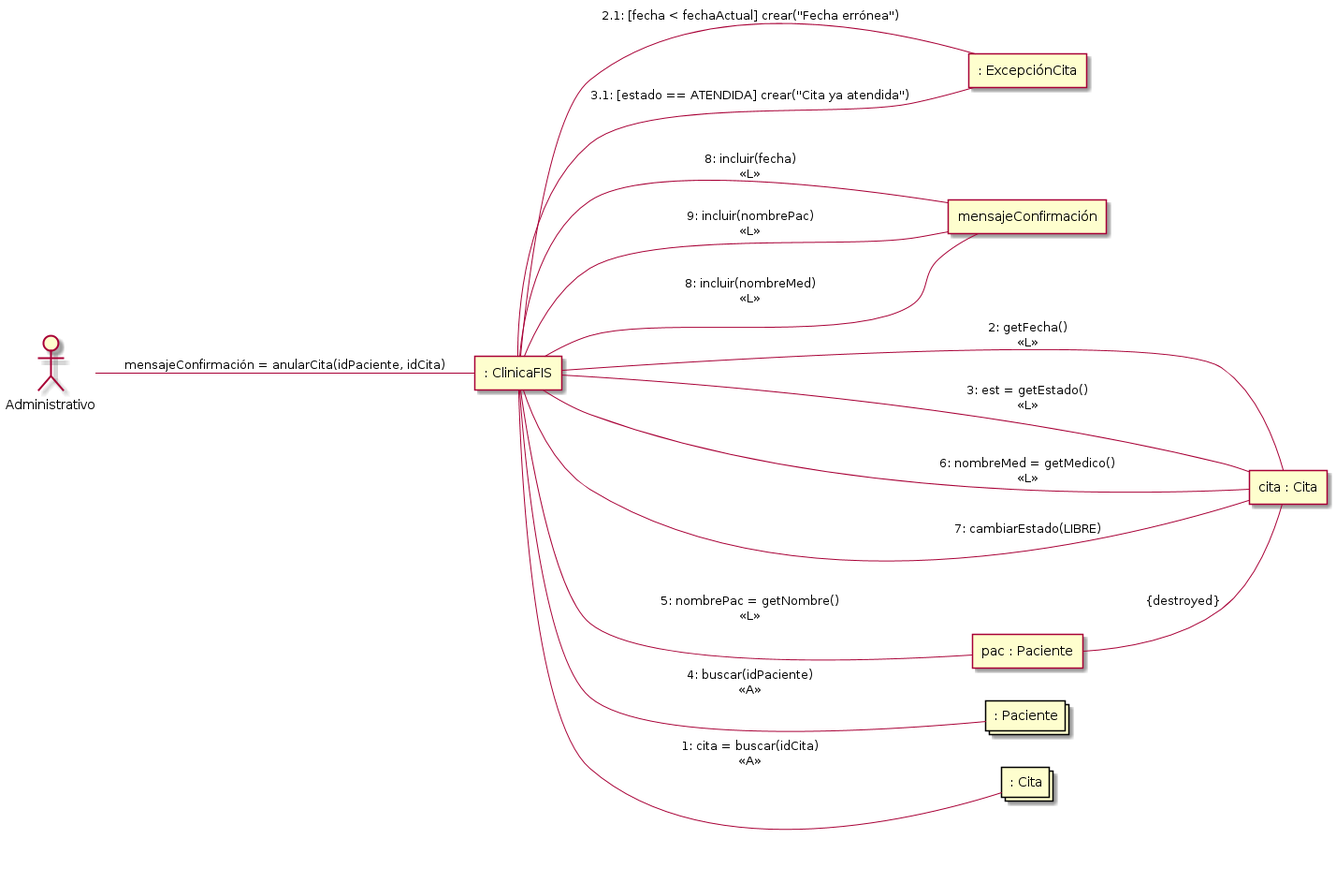
This is p4/Diagramas/anularcita.png from jmml97/fis-practicas, a PlantUML export, as it was before one commit. Source of this version:
```plantuml
@startuml
left to right direction
actor Administrativo

agent ": ClinicaFIS" as FIS
agent ": ExcepciónCita" as exp
agent "mensajeConfirmación" as m
agent "cita : Cita" as c
agent "pac : Paciente" as pac
collections ": Paciente" as p
collections ": Cita" as cita

Administrativo -- FIS : "mensajeConfirmación = anularCita(idPaciente, idCita)"
FIS -- cita : "1: cita = buscar(idCita)\n<<A>>"
FIS -- c : "2: getFecha()\n<<L>>"
FIS -- c : "3: est = getEstado()\n<<L>>"
FIS -- p : "4: buscar(idPaciente)\n<<A>>"
FIS -- pac : "5: nombrePac = getNombre()\n<<L>>"
pac -- c : "{destroyed}"
FIS -- c : "6: nombreMed = getMedico()\n<<L>>"
FIS -- c : "7: cambiarEstado(LIBRE)"
FIS -- m : "8: incluir(fecha)\n<<L>>"
FIS -- m : "9: incluir(nombrePac)\n<<L>>"
FIS -- m : "8: incluir(nombreMed)\n<<L>>"
FIS -- exp : "2.1: [fecha < fechaActual] crear(''Fecha errónea'')"
FIS -- exp : "3.1: [estado == ATENDIDA] crear(''Cita ya atendida'')"

@enduml
```
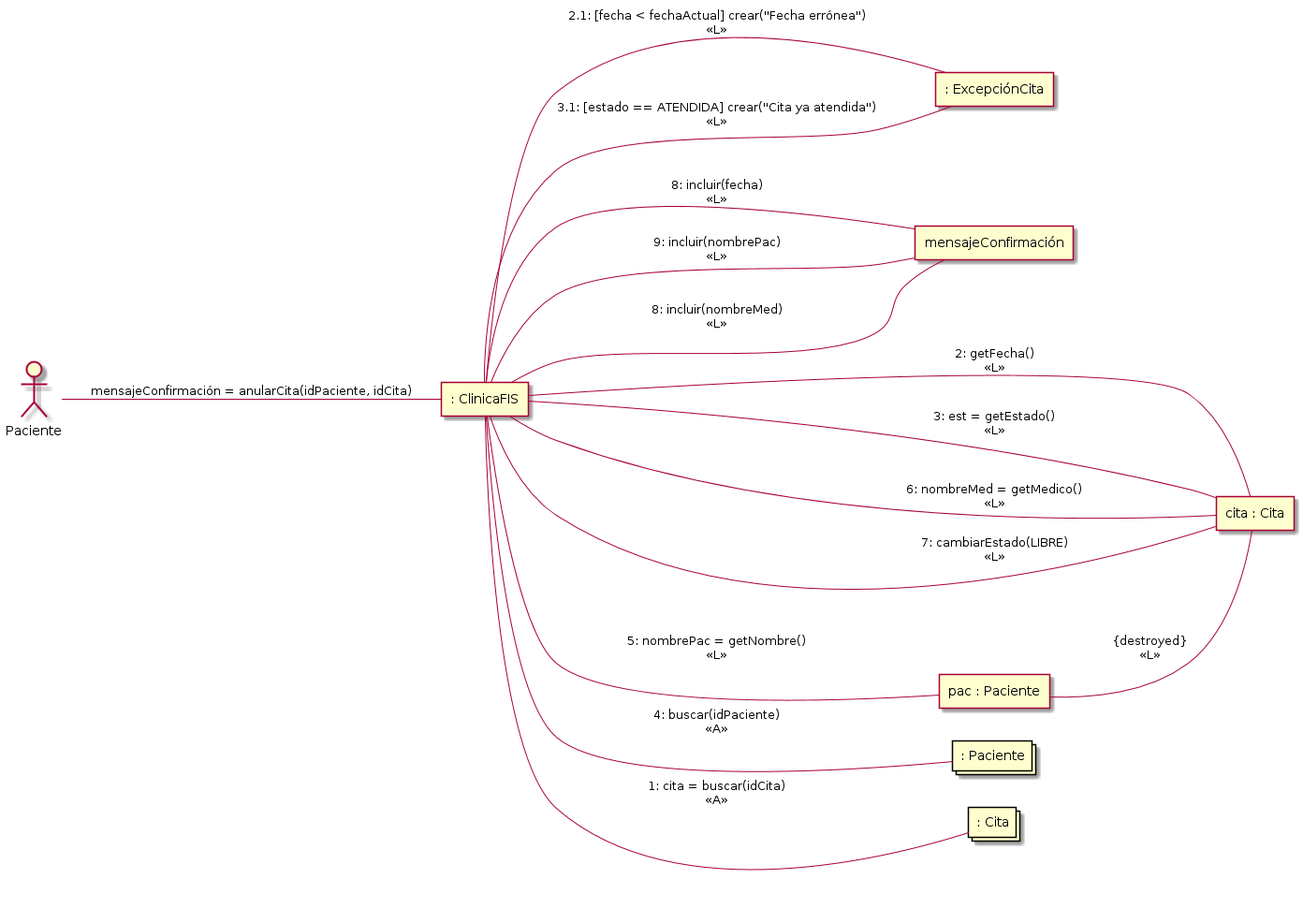
Above is the later version.

The edit, as a diff of the source:
```diff
@@ -1,6 +1,6 @@
 @startuml
 left to right direction
-actor Administrativo
+actor Paciente
 
 agent ": ClinicaFIS" as FIS
 agent ": ExcepciónCita" as exp
@@ -10,19 +10,19 @@
 collections ": Paciente" as p
 collections ": Cita" as cita
 
-Administrativo -- FIS : "mensajeConfirmación = anularCita(idPaciente, idCita)"
+Paciente -- FIS : "mensajeConfirmación = anularCita(idPaciente, idCita)"
 FIS -- cita : "1: cita = buscar(idCita)\n<<A>>"
 FIS -- c : "2: getFecha()\n<<L>>"
 FIS -- c : "3: est = getEstado()\n<<L>>"
 FIS -- p : "4: buscar(idPaciente)\n<<A>>"
 FIS -- pac : "5: nombrePac = getNombre()\n<<L>>"
-pac -- c : "{destroyed}"
+pac -- c : "{destroyed}\n<<L>>"
 FIS -- c : "6: nombreMed = getMedico()\n<<L>>"
-FIS -- c : "7: cambiarEstado(LIBRE)"
+FIS -- c : "7: cambiarEstado(LIBRE)\n<<L>>"
 FIS -- m : "8: incluir(fecha)\n<<L>>"
 FIS -- m : "9: incluir(nombrePac)\n<<L>>"
 FIS -- m : "8: incluir(nombreMed)\n<<L>>"
-FIS -- exp : "2.1: [fecha < fechaActual] crear(''Fecha errónea'')"
-FIS -- exp : "3.1: [estado == ATENDIDA] crear(''Cita ya atendida'')"
+FIS -- exp : "2.1: [fecha < fechaActual] crear(''Fecha errónea'')\n<<L>>"
+FIS -- exp : "3.1: [estado == ATENDIDA] crear(''Cita ya atendida'')\n<<L>>"
 
 @enduml
```
